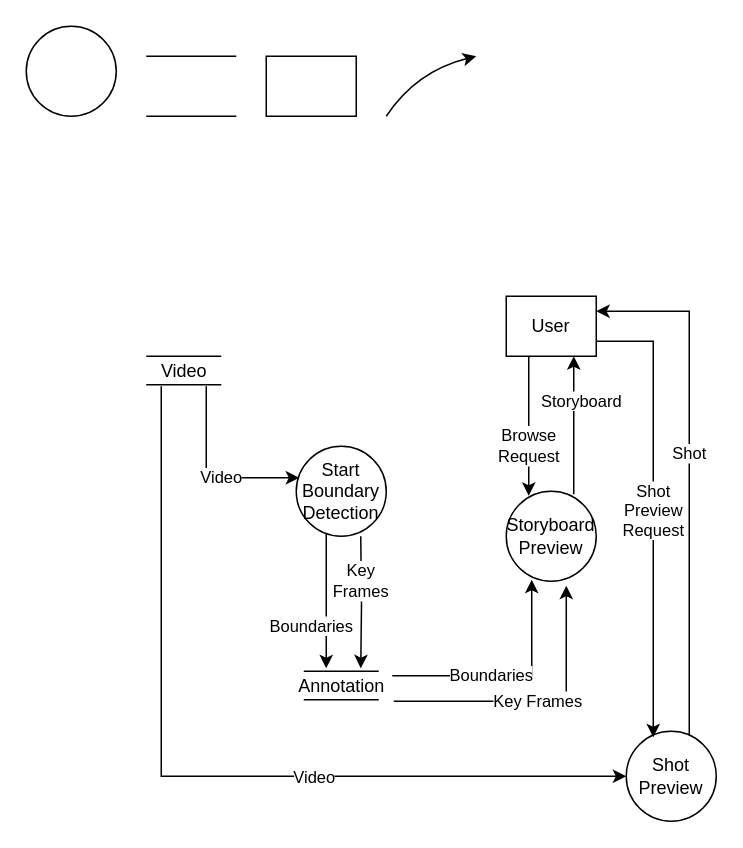
DaffaITB/pemecahan-masalah-C keeps this draw.io diagram as DFD.drawio. Above is the earlier version. Source tidied: cells renumbered, new cells numbered last; positions are measured from the earlier drawing's top-left corner, leaving out a move shared by most shapes. Both pictures are drawn from the tidied source at 150%, with x=0, y=0 at pixel (26, 26).
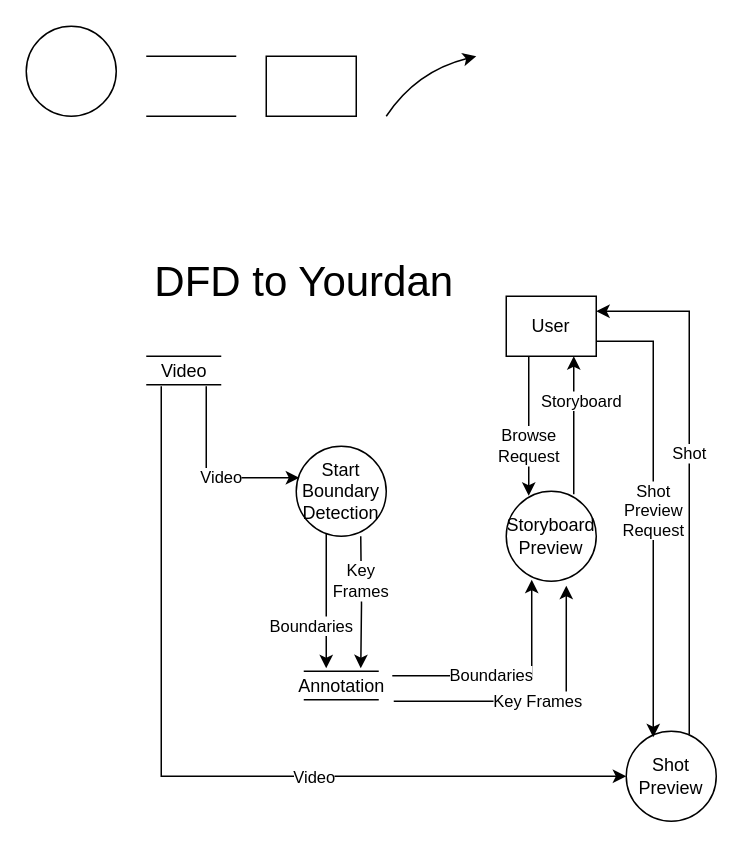
After the change.

What changed in the source:
```diff
@@
+    <mxCell id="28" value="&lt;font style=&quot;font-size: 28px&quot;&gt;DFD to Yourdan&lt;/font&gt;" style="text;html=1;align=center;verticalAlign=middle;strokeColor=none;fillColor=none;" parent="1" vertex="1">
+      <mxGeometry x="80" y="160" width="210" height="20" as="geometry" />
+    </mxCell>
```
